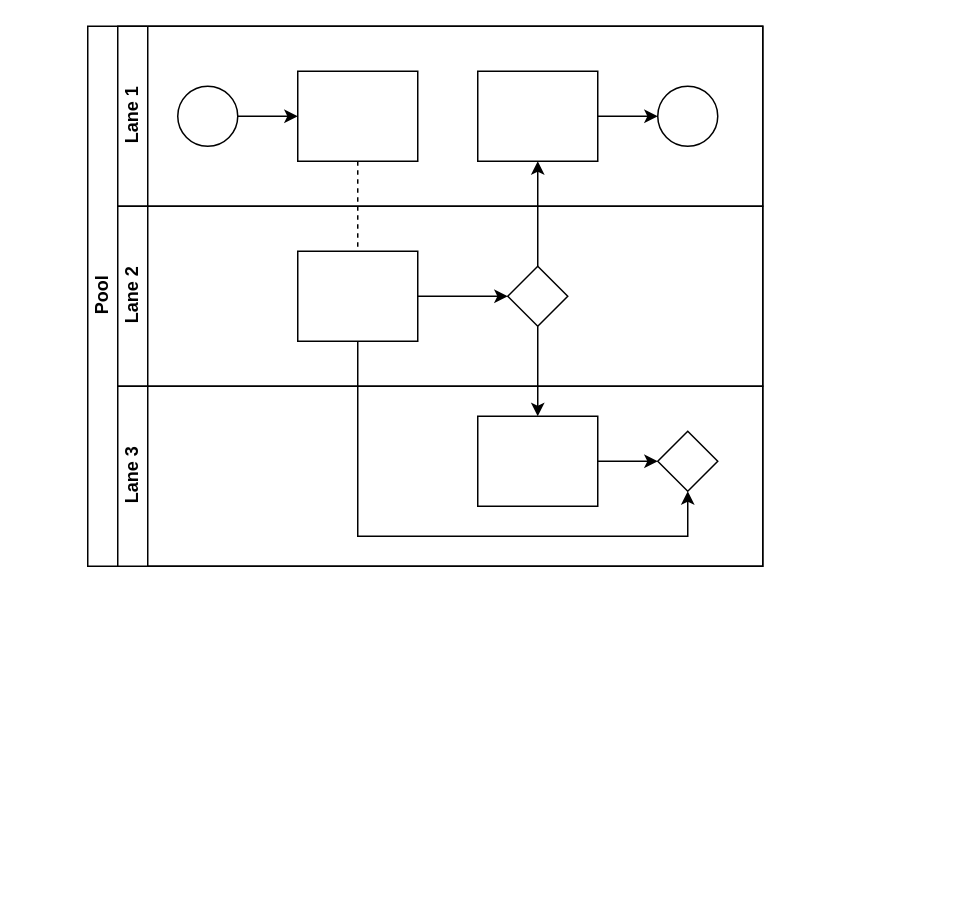
This is Untitled Diagram.drawio from MennyMo/HARDE, a draw.io file, before an edit. Source tidied: cells renumbered, new cells numbered last; positions are measured from the earlier drawing's top-left corner, leaving out a move shared by most shapes. Both pictures are drawn from the tidied source at 150%, with x=0, y=0 at pixel (87, 26).
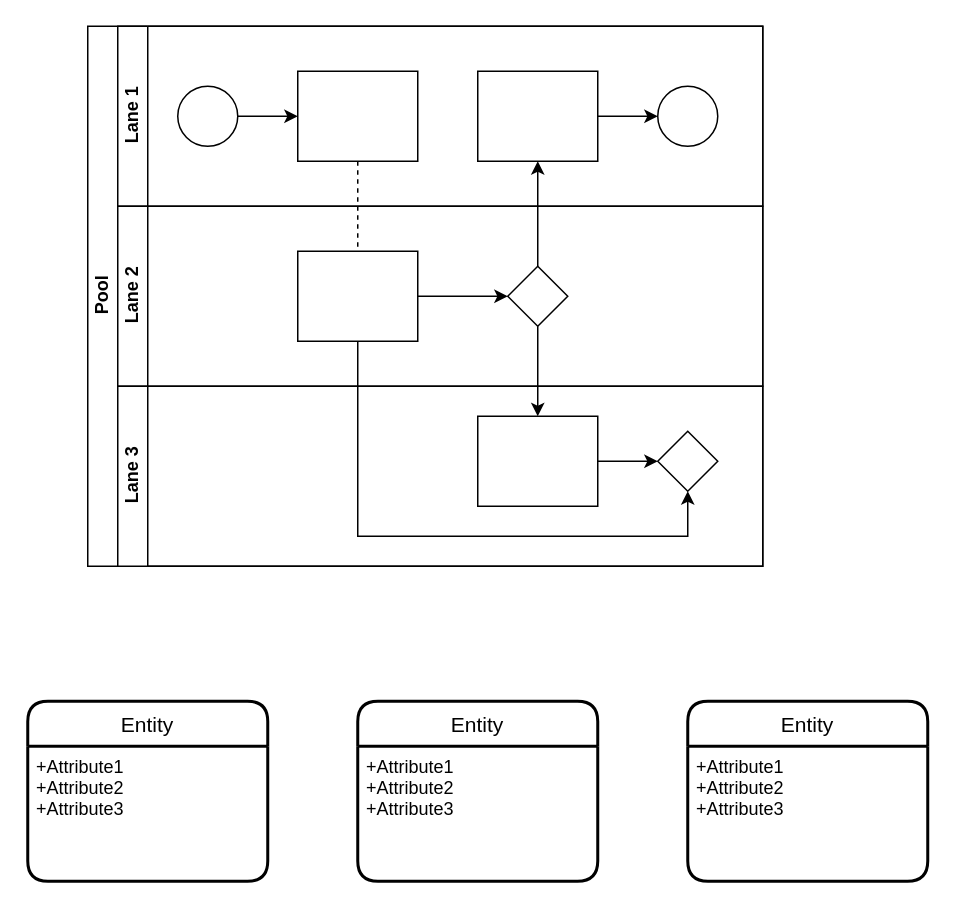
The same diagram, later.

The edit, as a diff of the source:
```diff
@@
+    <mxCell id="22" value="Entity" style="swimlane;horizontal=1;startSize=30;rounded=1;fontSize=14;fontStyle=0;strokeWidth=2;shadow=0;dashed=0;align=center;" parent="1" vertex="1">
+      <mxGeometry x="-40" y="450" width="160" height="120" as="geometry" />
+    </mxCell>
+    <mxCell id="23" value="+Attribute1&#10;+Attribute2&#10;+Attribute3" style="align=left;strokeColor=none;fillColor=none;spacingLeft=4;fontSize=12;verticalAlign=top;" parent="22" vertex="1">
+      <mxGeometry y="30" width="160" height="90" as="geometry" />
+    </mxCell>
+    <mxCell id="24" value="Entity" style="swimlane;horizontal=1;startSize=30;rounded=1;fontSize=14;fontStyle=0;strokeWidth=2;shadow=0;dashed=0;align=center;" parent="1" vertex="1">
+      <mxGeometry x="180" y="450" width="160" height="120" as="geometry" />
+    </mxCell>
+    <mxCell id="25" value="+Attribute1&#10;+Attribute2&#10;+Attribute3" style="align=left;strokeColor=none;fillColor=none;spacingLeft=4;fontSize=12;verticalAlign=top;" parent="24" vertex="1">
+      <mxGeometry y="30" width="160" height="90" as="geometry" />
+    </mxCell>
+    <mxCell id="26" value="Entity" style="swimlane;horizontal=1;startSize=30;rounded=1;fontSize=14;fontStyle=0;strokeWidth=2;shadow=0;dashed=0;align=center;" parent="1" vertex="1">
+      <mxGeometry x="400" y="450" width="160" height="120" as="geometry" />
+    </mxCell>
+    <mxCell id="27" value="+Attribute1&#10;+Attribute2&#10;+Attribute3" style="align=left;strokeColor=none;fillColor=none;spacingLeft=4;fontSize=12;verticalAlign=top;" parent="26" vertex="1">
+      <mxGeometry y="30" width="160" height="90" as="geometry" />
+    </mxCell>
```
